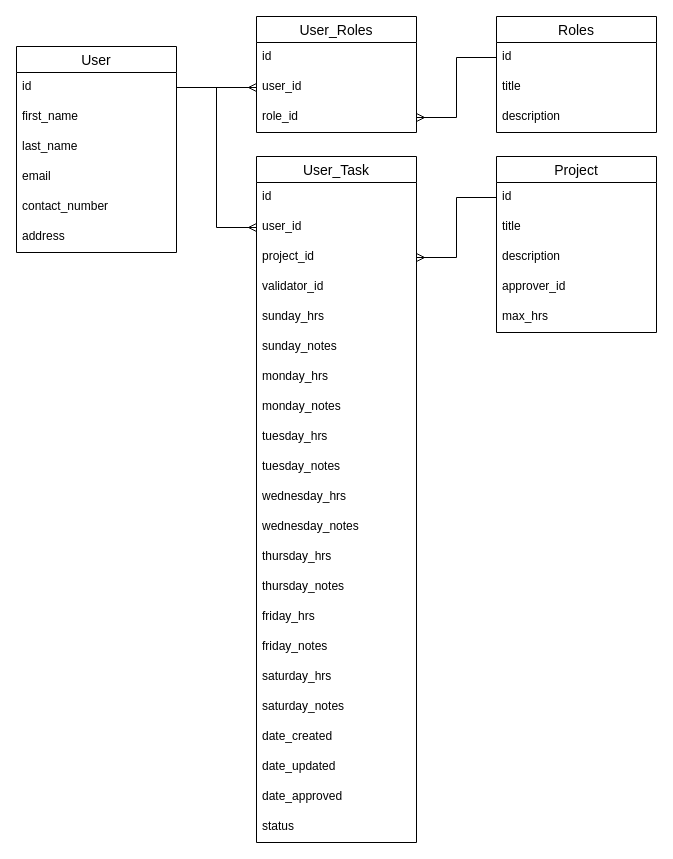
cyberpau/projectraptor keeps this draw.io diagram as projectraptor.drawio. Above is the earlier version. Source tidied: cells renumbered, new cells numbered last; positions are measured from the earlier drawing's top-left corner, leaving out a move shared by most shapes. Both pictures are drawn from the tidied source at 100%, with x=0, y=0 at pixel (16, 16).
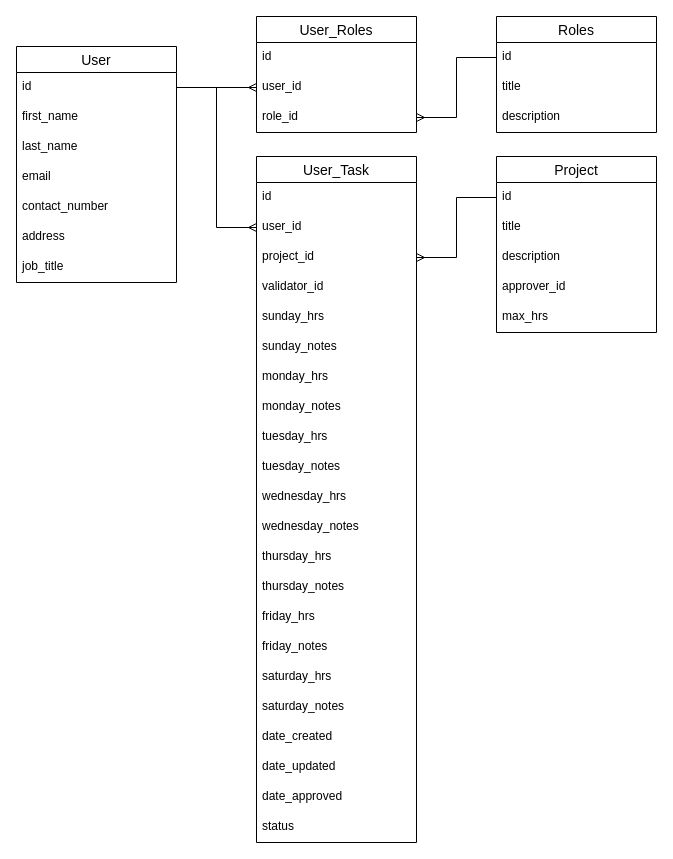
After the change.

The edit, as a diff of the source:
```diff
@@
     <mxCell id="2" value="User" style="swimlane;fontStyle=0;horizontal=1;startSize=26;align=center;fontSize=14;" parent="1" vertex="1">
-      <mxGeometry y="30" width="160" height="206" as="geometry" />
+      <mxGeometry y="30" width="160" height="236" as="geometry" />
     </mxCell>
@@
+    <mxCell id="51" value="job_title" style="text;strokeColor=none;fillColor=none;spacingLeft=4;spacingRight=4;overflow=hidden;fontSize=12;" parent="2" vertex="1">
+      <mxGeometry y="206" width="160" height="30" as="geometry" />
+    </mxCell>
```
